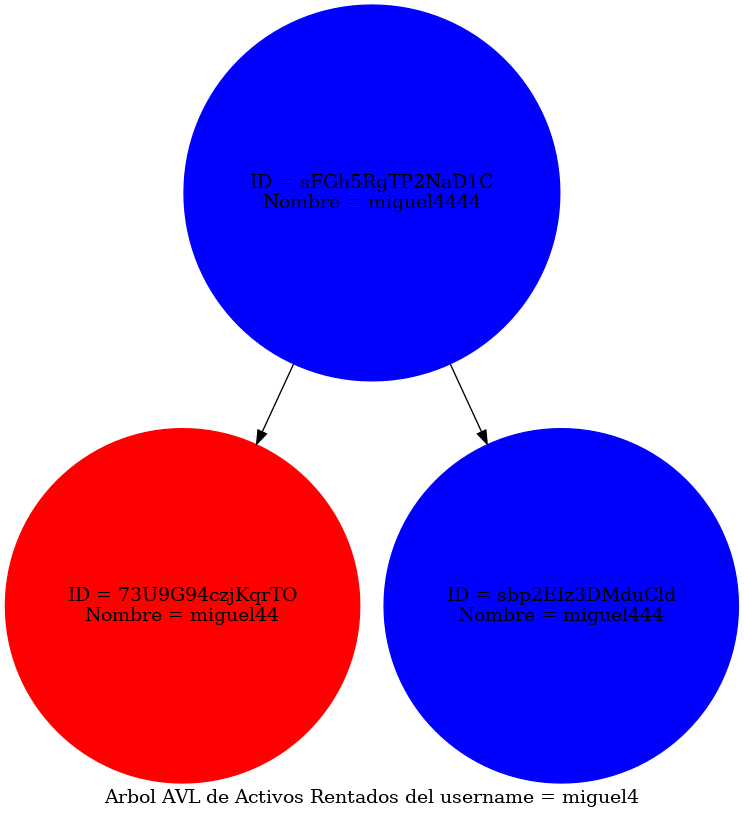
Above: src/Reportes/arbol_Usua_Rent.png in miguel-tubac/-EDD-Proyecto1_202101927 (Graphviz), before the change. Its source is kept beside it as src/Reportes/arbol_Usua_Rent.dot.
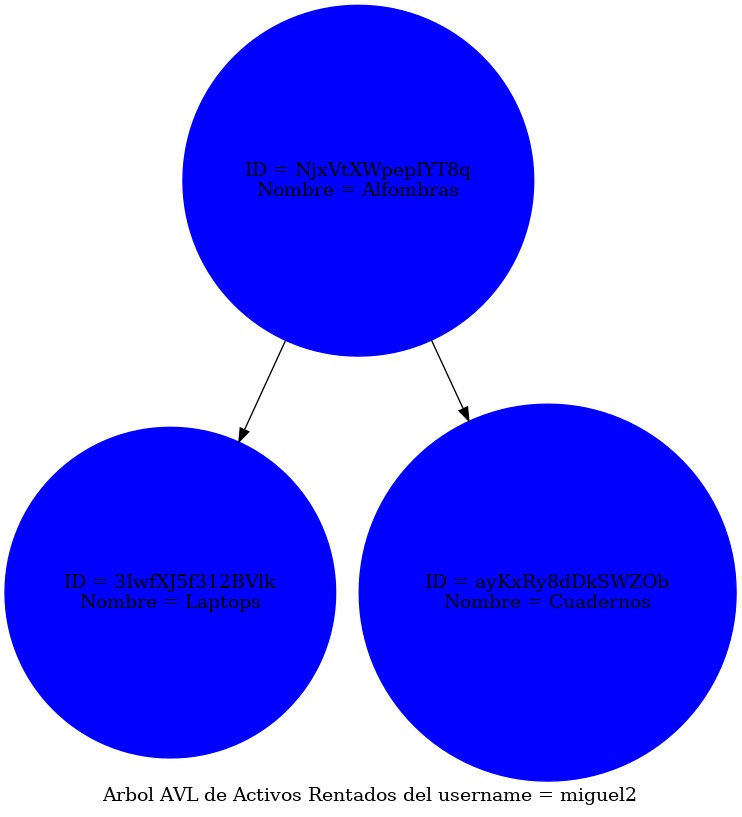
After the change.

What changed in the source:
```diff
@@ -1,9 +1,9 @@
 digraph AVLTree {
-	label="Arbol AVL de Activos Rentados del username = miguel4";
+	label="Arbol AVL de Activos Rentados del username = miguel2";
     node [shape=circle];
-    "sFGh5RgTP2NaD1C" [color= blue, style=filled label="ID = sFGh5RgTP2NaD1C\nNombre = miguel4444"];
-    "sFGh5RgTP2NaD1C" -> "73U9G94czjKqrTO";
-    "73U9G94czjKqrTO" [color= red, style=filled label="ID = 73U9G94czjKqrTO\nNombre = miguel44"];
-    "sFGh5RgTP2NaD1C" -> "sbp2EIz3DMduCld";
-    "sbp2EIz3DMduCld" [color= blue, style=filled label="ID = sbp2EIz3DMduCld\nNombre = miguel444"];
+    "NjxVtXWpepIYT8q" [color= blue, style=filled label="ID = NjxVtXWpepIYT8q\nNombre = Alfombras"];
+    "NjxVtXWpepIYT8q" -> "3IwfXJ5f312BVlk";
+    "3IwfXJ5f312BVlk" [color= blue, style=filled label="ID = 3IwfXJ5f312BVlk\nNombre = Laptops"];
+    "NjxVtXWpepIYT8q" -> "ayKxRy8dDkSWZOb";
+    "ayKxRy8dDkSWZOb" [color= blue, style=filled label="ID = ayKxRy8dDkSWZOb\nNombre = Cuadernos"];
 }
```
